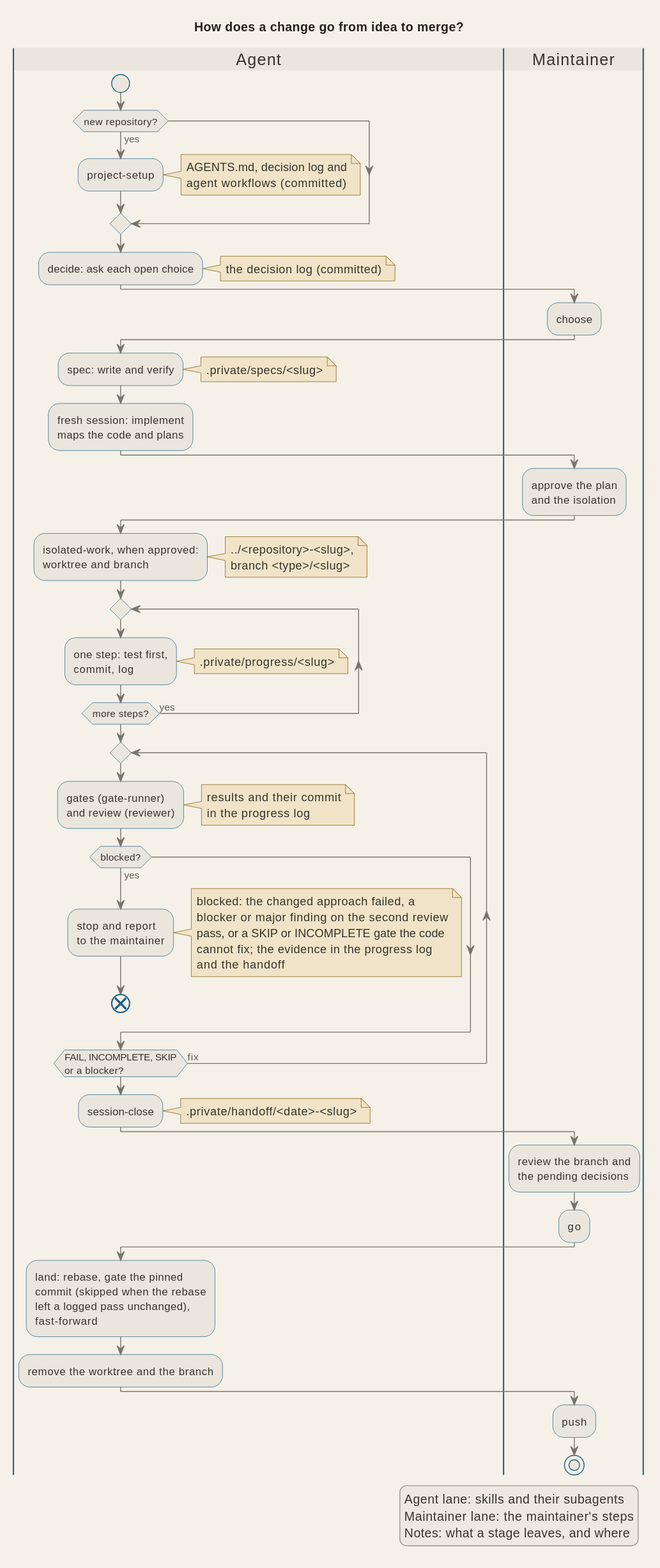
Before: docs/diagrams/pipeline_stages.svg, a diagram exported from PlantUML (signorenne/dotagents).
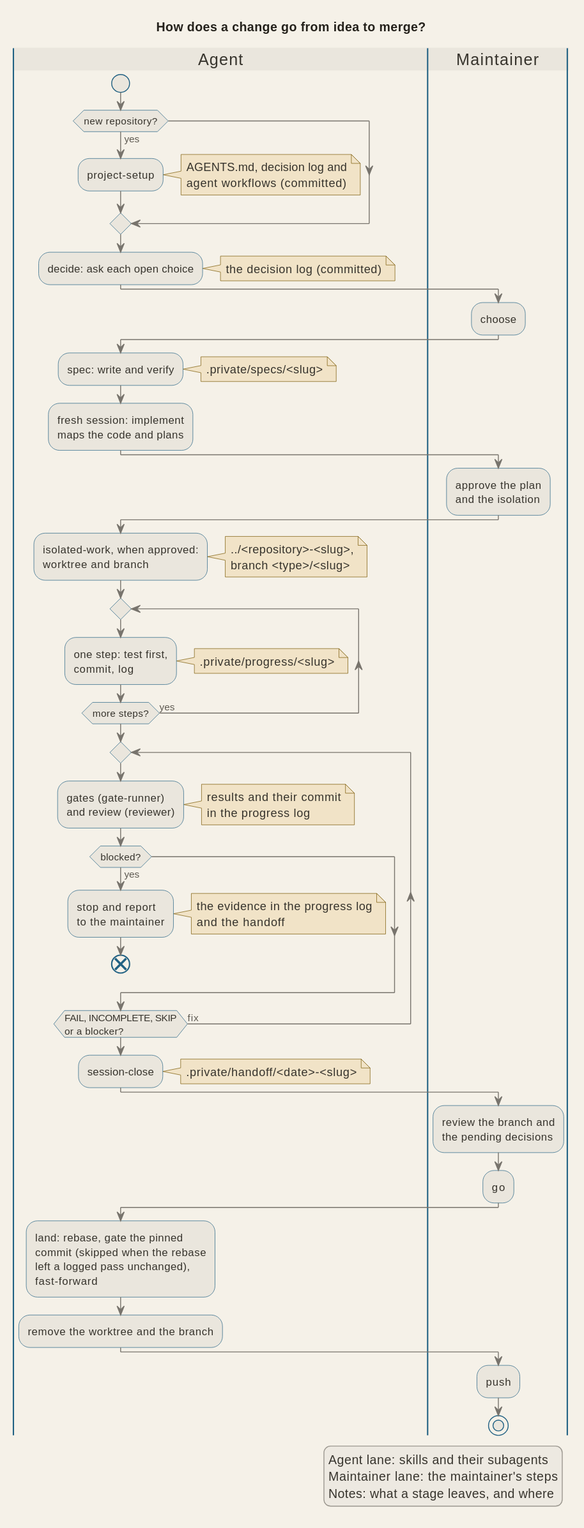
The same file after the commit.

Commit message:
docs(pipeline): keep the stop note to what the stage leaves and define blocked in the text

What changed in the source:
```diff
@@ -43,10 +43,7 @@
     :stop and report
     to the maintainer;
     note right
-      blocked: the changed approach failed, a
-      blocker or major finding on the second review
-      pass, or a SKIP or INCOMPLETE gate the code
-      cannot fix; the evidence in the progress log
+      the evidence in the progress log
       and the handoff
     end note
     end
```
